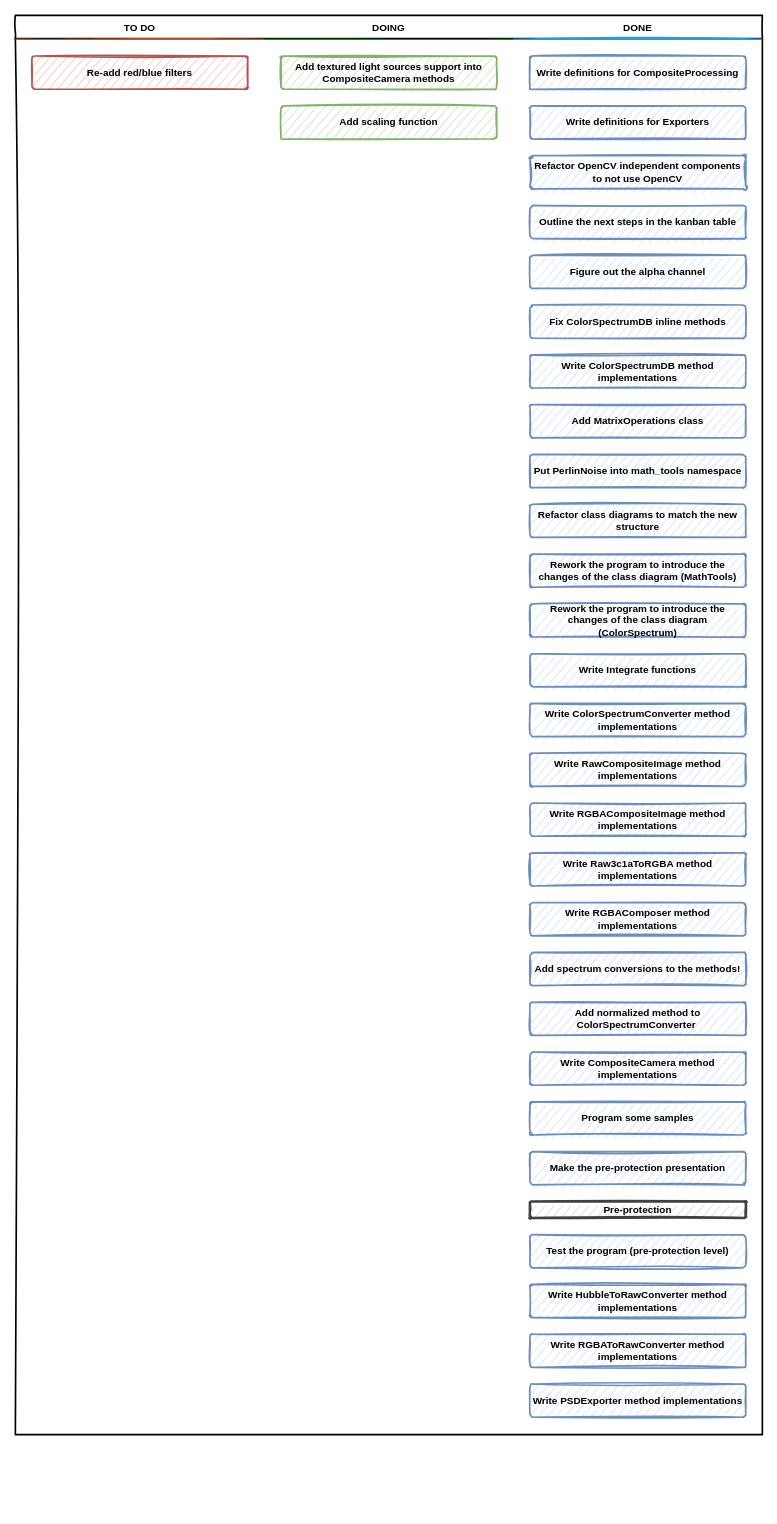
This is Docs/Kanban table.drawio from SpatiumOwl/ComplexSky-2.0, a draw.io file, before an edit. Source tidied: cells renumbered, new cells numbered last; positions are measured from the earlier drawing's top-left corner, leaving out a move shared by most shapes. Both pictures are drawn from the tidied source at 83%, with x=0, y=0 at pixel (15, 15).
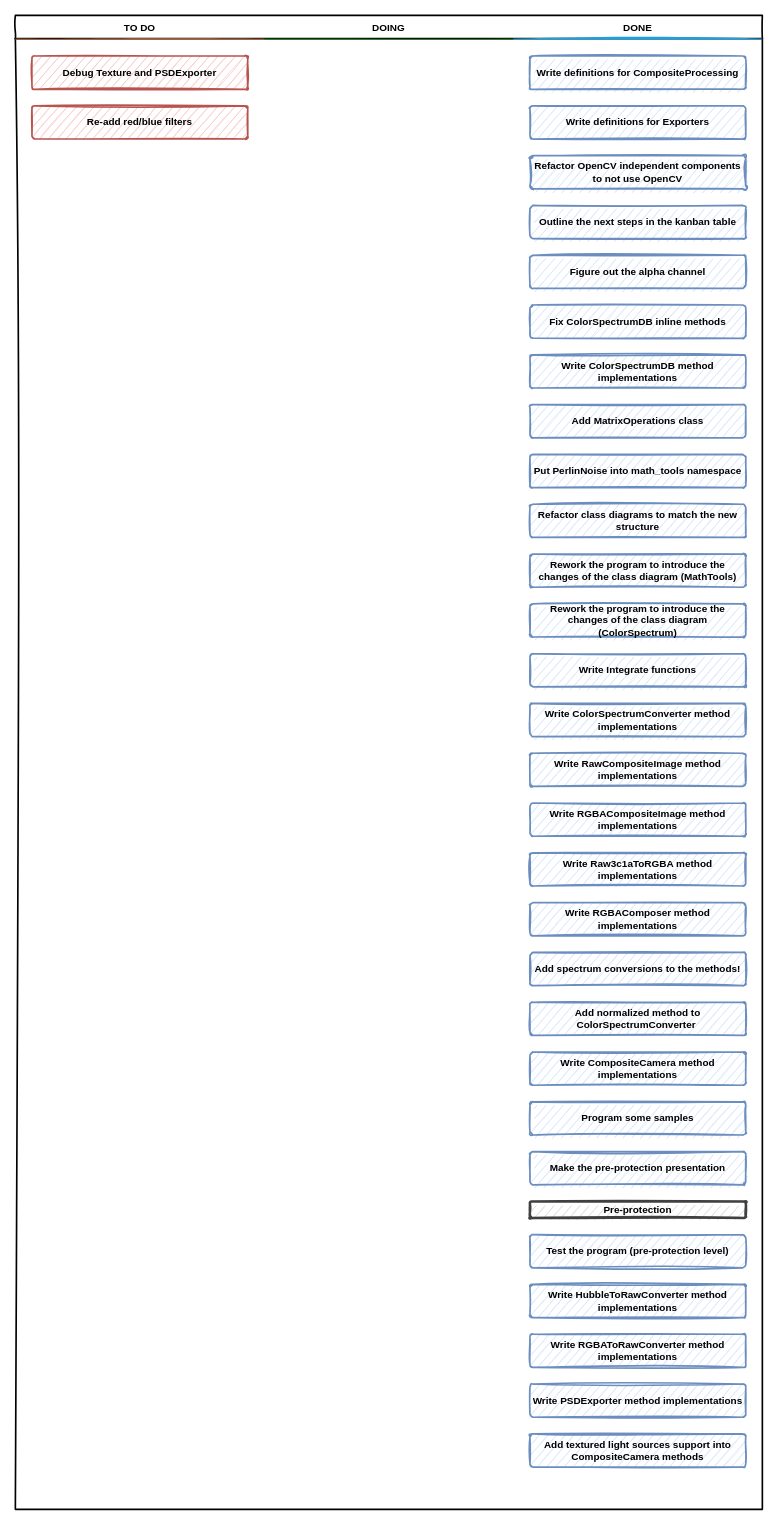
The same page after the edit.

What changed in the source:
```diff
@@
     <mxCell id="2" style="swimlane;fontStyle=2;horizontal=1;startSize=28;swimlaneFillColor=none;fontFamily=Permanent Marker;fontSize=16;verticalAlign=top;stackBorder=0;strokeWidth=2;sketch=1;disableMultiStroke=1;" parent="1" vertex="1">
-      <mxGeometry width="900" height="1710" as="geometry" />
+      <mxGeometry width="900" height="1800" as="geometry" />
     </mxCell>
     <mxCell id="3" value="TO DO" style="swimlane;strokeWidth=2;fontFamily=Permanent Marker;html=0;startSize=1;verticalAlign=bottom;spacingBottom=5;stackBorder=20;sketch=1;strokeColor=none;fillStyle=solid;fillColor=#A0522D;" parent="2" vertex="1">
-      <mxGeometry y="28" width="300" height="1682" as="geometry" />
+      <mxGeometry y="28" width="300" height="1772" as="geometry" />
     </mxCell>
+    <mxCell id="37" value="Debug Texture and PSDExporter" style="whiteSpace=wrap;html=1;strokeWidth=2;fillColor=#f8cecc;fontStyle=1;spacingTop=0;rounded=1;arcSize=9;sketch=1;fontFamily=Permanent Marker;hachureGap=8;fillWeight=1;strokeColor=#b85450;" parent="3" vertex="1">
+      <mxGeometry x="20" y="21" width="260" height="40" as="geometry" />
+    </mxCell>
     <mxCell id="4" value="Re-add red/blue filters" style="whiteSpace=wrap;html=1;strokeWidth=2;fillColor=#f8cecc;fontStyle=1;spacingTop=0;rounded=1;arcSize=9;sketch=1;fontFamily=Permanent Marker;hachureGap=8;fillWeight=1;strokeColor=#b85450;" parent="3" vertex="1">
-      <mxGeometry x="20" y="21" width="260" height="40" as="geometry" />
+      <mxGeometry x="20" y="81" width="260" height="40" as="geometry" />
     </mxCell>
     <mxCell id="5" value="DOING" style="swimlane;strokeWidth=2;fontFamily=Permanent Marker;html=0;startSize=1;verticalAlign=bottom;spacingBottom=5;stackBorder=20;sketch=1;strokeColor=none;fillStyle=solid;fillColor=#006600;" parent="2" vertex="1">
-      <mxGeometry x="300" y="28" width="300" height="1682" as="geometry" />
+      <mxGeometry x="300" y="28" width="300" height="1772" as="geometry" />
     </mxCell>
-    <mxCell id="6" value="Add textured light sources support into CompositeCamera methods" style="whiteSpace=wrap;html=1;strokeWidth=2;fillColor=#d5e8d4;fontStyle=1;spacingTop=0;rounded=1;arcSize=9;sketch=1;fontFamily=Permanent Marker;hachureGap=8;fillWeight=1;strokeColor=#82b366;" parent="5" vertex="1">
-      <mxGeometry x="20" y="21" width="260" height="40" as="geometry" />
-    </mxCell>
-    <mxCell id="7" value="Add scaling function" style="whiteSpace=wrap;html=1;strokeWidth=2;fillColor=#d5e8d4;fontStyle=1;spacingTop=0;rounded=1;arcSize=9;sketch=1;fontFamily=Permanent Marker;hachureGap=8;fillWeight=1;strokeColor=#82b366;" parent="5" vertex="1">
-      <mxGeometry x="20" y="81" width="260" height="40" as="geometry" />
-    </mxCell>
     <mxCell id="8" value="DONE" style="swimlane;strokeWidth=2;fontFamily=Permanent Marker;html=0;startSize=1;verticalAlign=bottom;spacingBottom=5;stackBorder=20;sketch=1;strokeColor=none;fillStyle=solid;fillColor=#1BA1E2;" parent="2" vertex="1">
-      <mxGeometry x="600" y="28" width="300" height="1682" as="geometry" />
+      <mxGeometry x="600" y="28" width="300" height="1772" as="geometry" />
     </mxCell>
@@
+    <mxCell id="6" value="Add textured light sources support into CompositeCamera methods" style="whiteSpace=wrap;html=1;strokeWidth=2;fillColor=#dae8fc;fontStyle=1;spacingTop=0;rounded=1;arcSize=9;sketch=1;fontFamily=Permanent Marker;hachureGap=8;fillWeight=1;strokeColor=#6c8ebf;" parent="8" vertex="1">
+      <mxGeometry x="20" y="1681" width="260" height="40" as="geometry" />
+    </mxCell>
```
